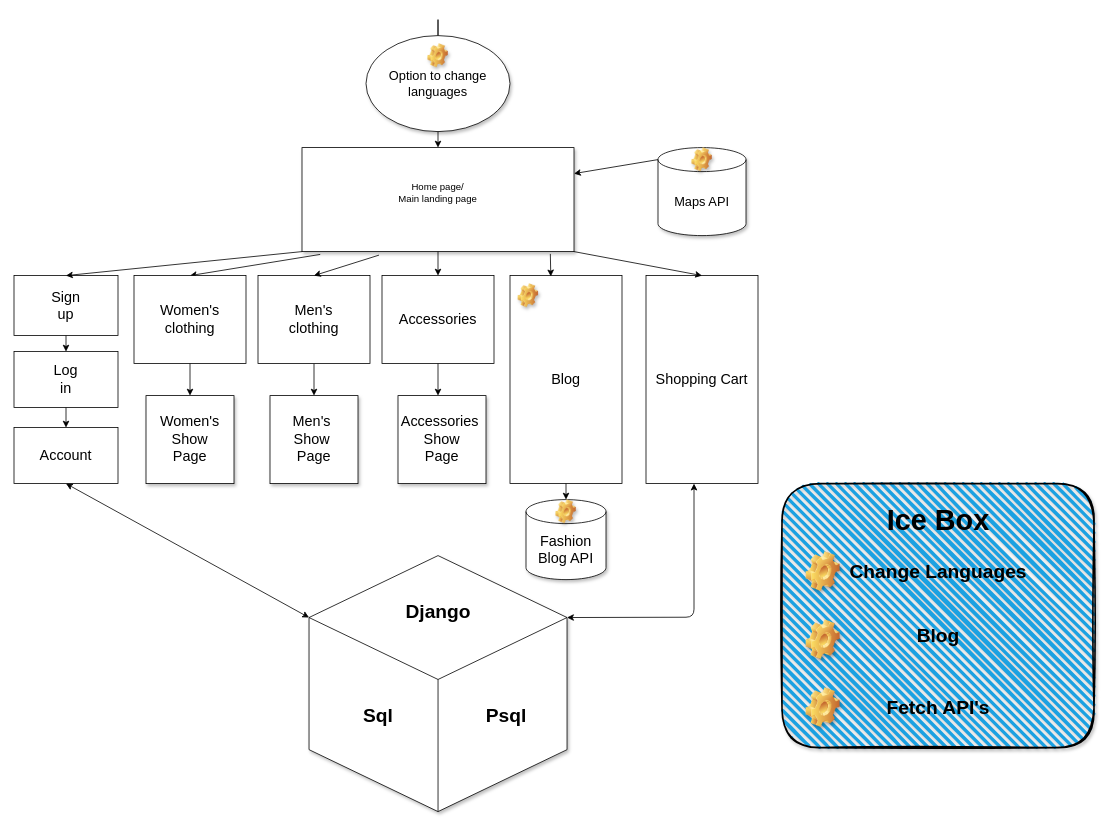
Before: page "Page-1" (1 of 11) of ERD.drawio in alexxgz/ecommerce_project, a draw.io diagram. Source tidied: cells renumbered, new cells numbered last; positions are measured from the earlier drawing's top-left corner, leaving out a move shared by most shapes. Both pictures are drawn from the tidied source at 80%, with x=0, y=0 at pixel (14, 35).
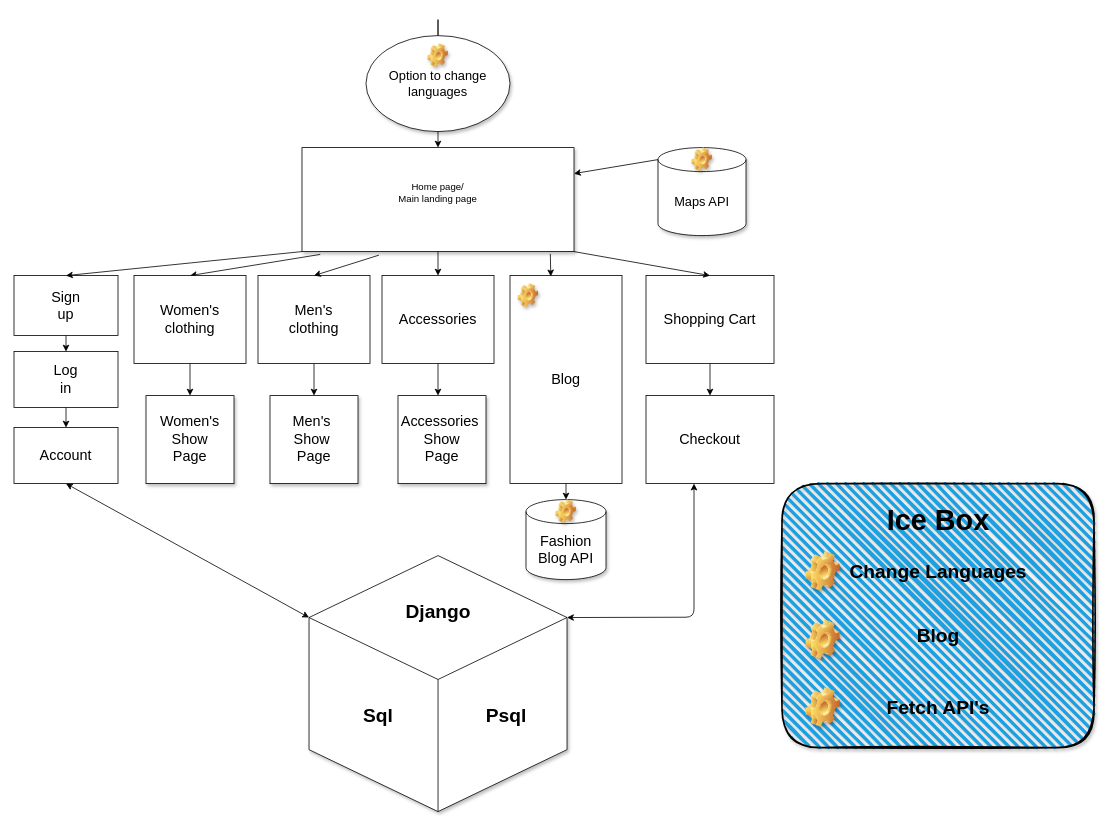
The same diagram, later.

Change to the diagram source:
```diff
@@
     <mxCell id="20" value="&lt;font style=&quot;font-size: 18px&quot;&gt;Shopping Cart&lt;/font&gt;" style="rounded=0;whiteSpace=wrap;html=1;" parent="1" vertex="1">
-      <mxGeometry x="790" y="300" width="140" height="260" as="geometry" />
+      <mxGeometry x="790" y="300" width="160" height="110" as="geometry" />
     </mxCell>
@@
+    <mxCell id="52" value="&lt;font style=&quot;font-size: 18px&quot;&gt;Checkout&lt;/font&gt;" style="rounded=0;whiteSpace=wrap;html=1;" parent="1" vertex="1">
+      <mxGeometry x="790" y="450" width="160" height="110" as="geometry" />
+    </mxCell>
+    <mxCell id="53" style="endArrow=classic;html=1;exitX=0.5;exitY=1;exitDx=0;exitDy=0;" parent="1" edge="1" source="20" target="52">
+      <mxGeometry relative="1" as="geometry" />
+    </mxCell>
```
